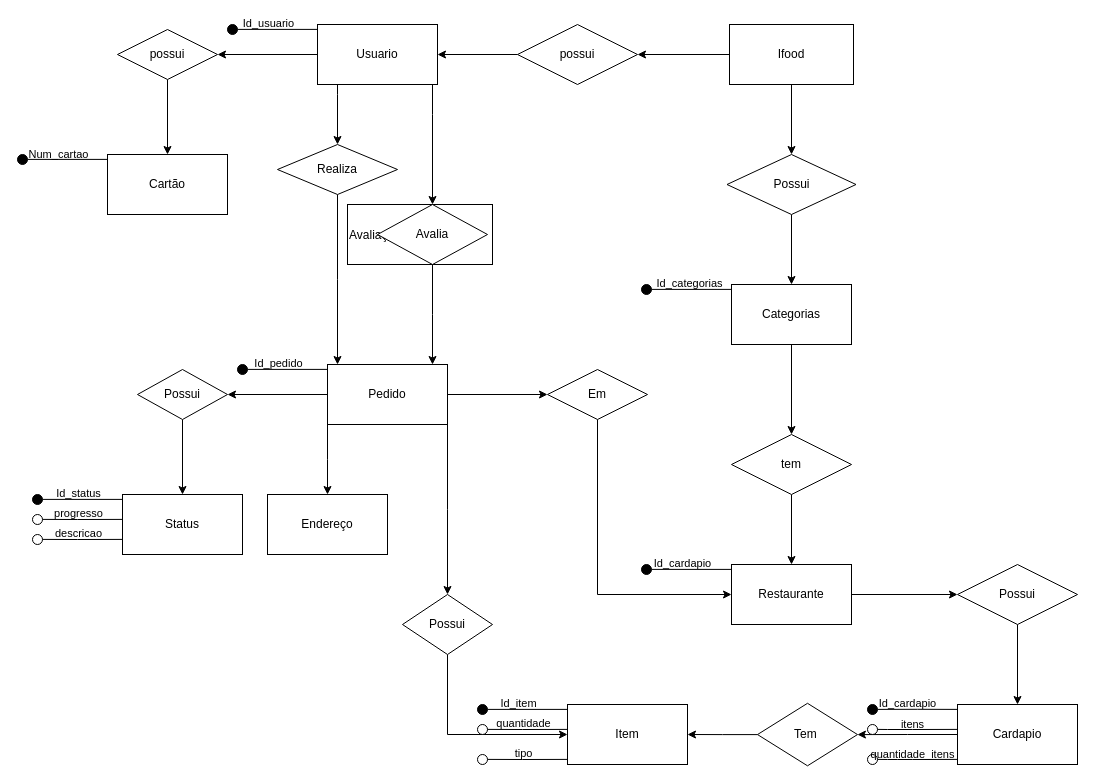
The draw.io diagram Untitled Diagram.drawio in mariaeduaruda/BD-1-atividade, before the edit. Source tidied: cells renumbered, new cells numbered last; positions are measured from the earlier drawing's top-left corner, leaving out a move shared by most shapes. Both pictures are drawn from the tidied source at 100%, with x=0, y=0 at pixel (17, 24).
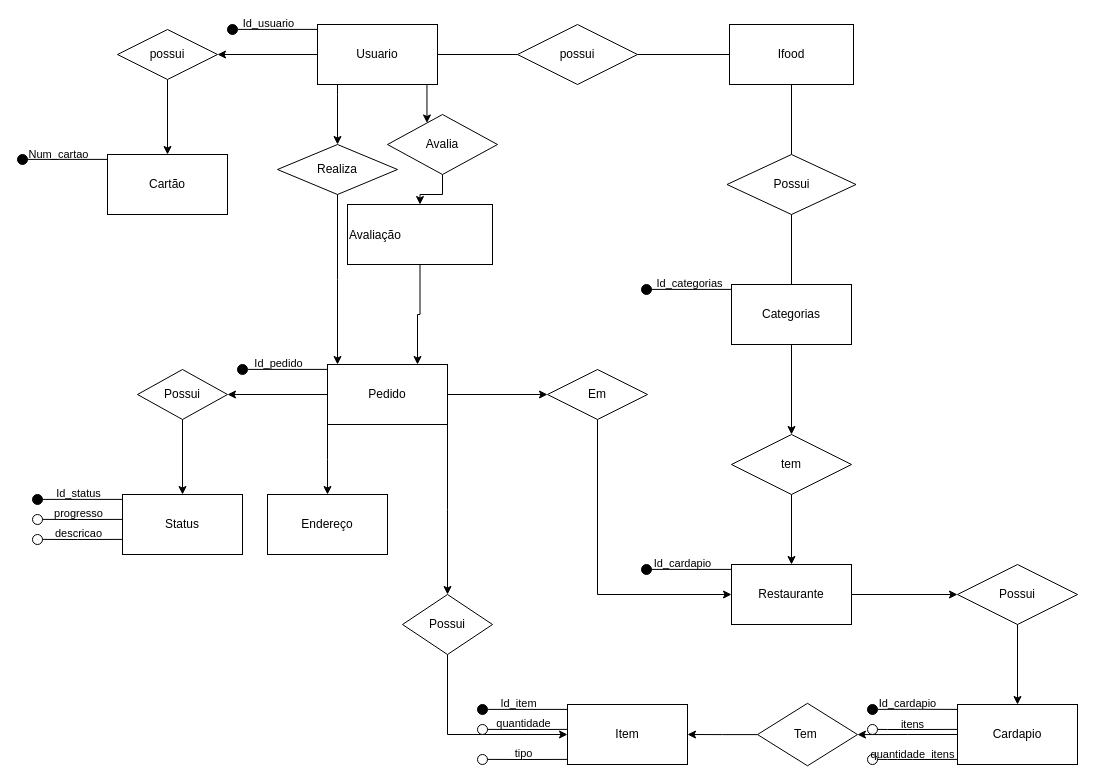
The same page after the edit.

Unchanged cells that the change refers to:
```xml
<mxCell id="2" value="&lt;p style=&quot;line-height: 0&quot;&gt;Avaliação&lt;/p&gt;" style="rounded=0;whiteSpace=wrap;html=1;align=left;" parent="1" vertex="1">
  <mxGeometry x="330" y="180" width="145" height="60" as="geometry" />
</mxCell>
<mxCell id="4" value="Categorias" style="rounded=0;whiteSpace=wrap;html=1;" parent="1" vertex="1">
  <mxGeometry x="714" y="260" width="120" height="60" as="geometry" />
</mxCell>
<mxCell id="8" value="Possui" style="rhombus;whiteSpace=wrap;html=1;rounded=0;" parent="1" vertex="1">
  <mxGeometry x="709.5" y="130" width="129" height="60" as="geometry" />
</mxCell>
<mxCell id="20" value="Ifood" style="rounded=0;whiteSpace=wrap;html=1;" parent="1" vertex="1">
  <mxGeometry x="712" width="124" height="60" as="geometry" />
</mxCell>
<mxCell id="22" value="possui" style="rhombus;whiteSpace=wrap;html=1;rounded=0;" parent="1" vertex="1">
  <mxGeometry x="500" width="120" height="60" as="geometry" />
</mxCell>
<mxCell id="26" value="Usuario" style="whiteSpace=wrap;html=1;rounded=0;" parent="1" vertex="1">
  <mxGeometry x="300" width="120" height="60" as="geometry" />
</mxCell>
<mxCell id="38" value="Pedido" style="rounded=0;whiteSpace=wrap;html=1;align=center;" parent="1" vertex="1">
  <mxGeometry x="310" y="340" width="120" height="60" as="geometry" />
</mxCell>
```

What changed in the source:
```diff
@@
+    <mxCell id="89" style="edgeStyle=orthogonalEdgeStyle;rounded=0;jettySize=auto;html=1;exitX=0.5;exitY=1;exitDx=0;exitDy=0;entryX=0.75;entryY=0;entryDx=0;entryDy=0;" parent="1" edge="1" source="2" target="38">
+      <mxGeometry relative="1" as="geometry" />
+    </mxCell>
@@
-    <mxCell id="7" style="edgeStyle=orthogonalEdgeStyle;rounded=0;jettySize=auto;html=1;exitX=0.5;exitY=1;exitDx=0;exitDy=0;entryX=0.5;entryY=0;entryDx=0;entryDy=0;" parent="1" edge="1" source="8" target="4">
+    <mxCell id="7" style="edgeStyle=orthogonalEdgeStyle;rounded=0;jettySize=auto;html=1;exitX=0.5;exitY=1;exitDx=0;exitDy=0;entryX=0.5;entryY=0;entryDx=0;entryDy=0;endArrow=none;endFill=0;" parent="1" edge="1" source="8" target="4">
       <mxGeometry relative="1" as="geometry" />
     </mxCell>
@@
-    <mxCell id="18" style="edgeStyle=orthogonalEdgeStyle;rounded=0;jettySize=auto;html=1;exitX=0.5;exitY=1;exitDx=0;exitDy=0;entryX=0.5;entryY=0;entryDx=0;entryDy=0;" parent="1" edge="1" source="20" target="8">
+    <mxCell id="18" style="edgeStyle=orthogonalEdgeStyle;rounded=0;jettySize=auto;html=1;exitX=0.5;exitY=1;exitDx=0;exitDy=0;entryX=0.5;entryY=0;entryDx=0;entryDy=0;endArrow=none;endFill=0;" parent="1" edge="1" source="20" target="8">
       <mxGeometry relative="1" as="geometry" />
     </mxCell>
-    <mxCell id="19" style="edgeStyle=orthogonalEdgeStyle;rounded=0;jettySize=auto;html=1;" parent="1" edge="1" source="20" target="22">
+    <mxCell id="19" style="edgeStyle=orthogonalEdgeStyle;rounded=0;jettySize=auto;html=1;endArrow=none;endFill=0;" parent="1" edge="1" source="20" target="22">
       <mxGeometry relative="1" as="geometry" />
     </mxCell>
@@
-    <mxCell id="21" style="edgeStyle=orthogonalEdgeStyle;rounded=0;jettySize=auto;html=1;" parent="1" edge="1" source="22" target="26">
+    <mxCell id="21" style="edgeStyle=orthogonalEdgeStyle;rounded=0;jettySize=auto;html=1;endArrow=none;endFill=0;" parent="1" edge="1" source="22" target="26">
       <mxGeometry relative="1" as="geometry" />
     </mxCell>
@@
-    <mxCell id="32" style="edgeStyle=orthogonalEdgeStyle;rounded=0;jettySize=auto;html=1;exitX=0.5;exitY=1;exitDx=0;exitDy=0;" parent="1" edge="1" source="33">
-      <mxGeometry relative="1" as="geometry">
-        <mxPoint x="415" y="340" as="targetPoint" />
-      </mxGeometry>
-    </mxCell>
+    <mxCell id="90" style="edgeStyle=orthogonalEdgeStyle;rounded=0;jettySize=auto;html=1;exitX=0.5;exitY=1;exitDx=0;exitDy=0;" parent="1" edge="1" source="33" target="2">
+      <mxGeometry relative="1" as="geometry" />
+    </mxCell>
     <mxCell id="33" value="Avalia" style="rhombus;whiteSpace=wrap;html=1;rounded=0;" parent="1" vertex="1">
-      <mxGeometry x="360" y="180" width="110" height="60" as="geometry" />
+      <mxGeometry x="370" y="90" width="110" height="60" as="geometry" />
     </mxCell>
```
